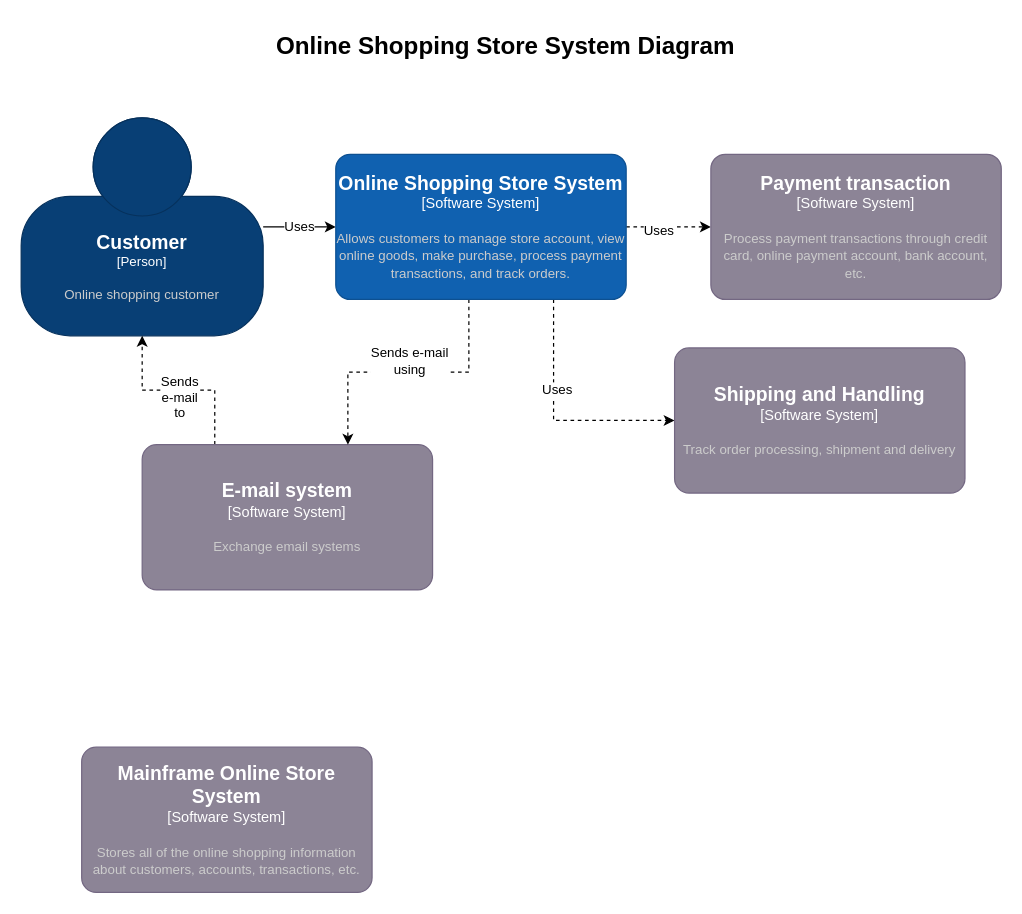
Before: OnlineStoreSystemDiagram.drawio in ilvfruits/hello-world, a draw.io diagram. Source tidied: cells renumbered, new cells numbered last; positions are measured from the earlier drawing's top-left corner, leaving out a move shared by most shapes. Both pictures are drawn from the tidied source at 121%, with x=0, y=0 at pixel (21, 21).
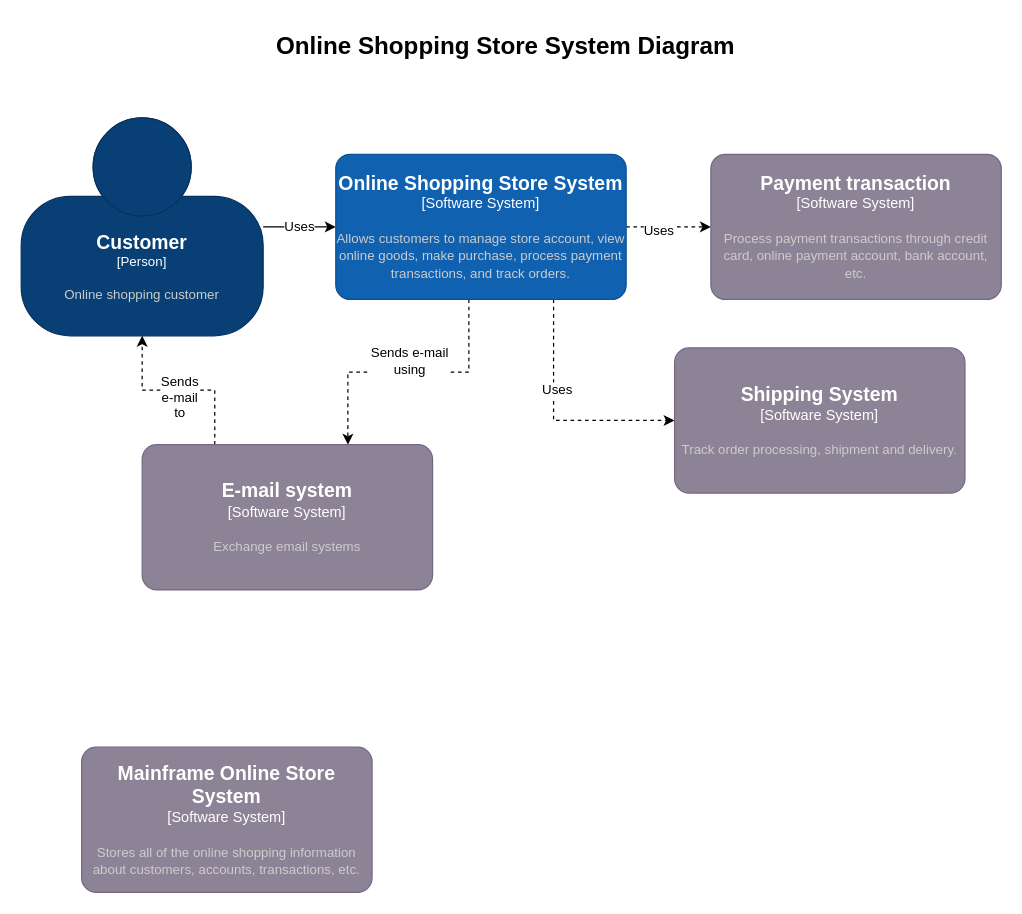
The same diagram, later.

Diff of the diagram source:
```diff
@@
-    <object id="16" label="&lt;font style=&quot;font-size: 16px&quot;&gt;&lt;b&gt;%c4Name%&lt;/b&gt;&lt;/font&gt;&lt;div&gt;[%c4Type%]&lt;/div&gt;&lt;br&gt;&lt;div&gt;&lt;font style=&quot;font-size: 11px&quot;&gt;&lt;font color=&quot;#cccccc&quot;&gt;%c4Description%&lt;/font&gt;&lt;/div&gt;" c4Description="Track order processing, shipment and delivery" c4Name="Shipping and Handling" c4Type="Software System" placeholders="1">
+    <object id="16" label="&lt;font style=&quot;font-size: 16px&quot;&gt;&lt;b&gt;%c4Name%&lt;/b&gt;&lt;/font&gt;&lt;div&gt;[%c4Type%]&lt;/div&gt;&lt;br&gt;&lt;div&gt;&lt;font style=&quot;font-size: 11px&quot;&gt;&lt;font color=&quot;#cccccc&quot;&gt;%c4Description%&lt;/font&gt;&lt;/div&gt;" c4Description="Track order processing, shipment and delivery." c4Name="Shipping System" c4Type="Software System" placeholders="1">
       <mxCell style="rounded=1;whiteSpace=wrap;html=1;labelBackgroundColor=none;fillColor=#8C8496;fontColor=#ffffff;align=center;arcSize=10;strokeColor=#736782;points=[[0.25,0,0],[0.5,0,0],[0.75,0,0],[1,0.25,0],[1,0.5,0],[1,0.75,0],[0.75,1,0],[0.5,1,0],[0.25,1,0],[0,0.75,0],[0,0.5,0],[0,0.25,0]];" parent="1" vertex="1">
         <mxGeometry x="540" y="270" width="240" height="120" as="geometry" />
       </mxCell>
     </object>
```
